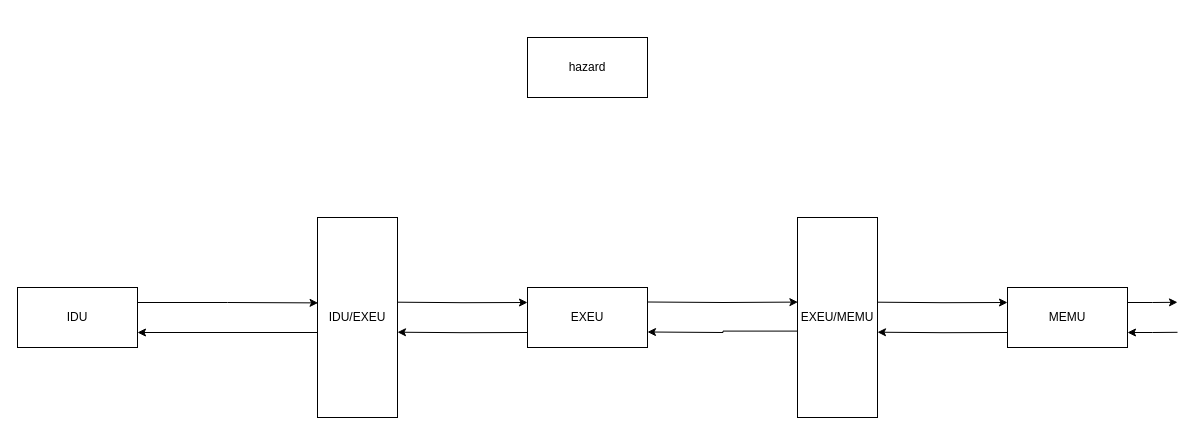
LQ0623/draw_io_picture keeps this draw.io diagram as store_picture/流水线冒险检测.drawio. Above is the earlier version. Source tidied: cells renumbered, new cells numbered last; positions are measured from the earlier drawing's top-left corner, leaving out a move shared by most shapes. Both pictures are drawn from the tidied source at 100%, with x=0, y=0 at pixel (17, 37).
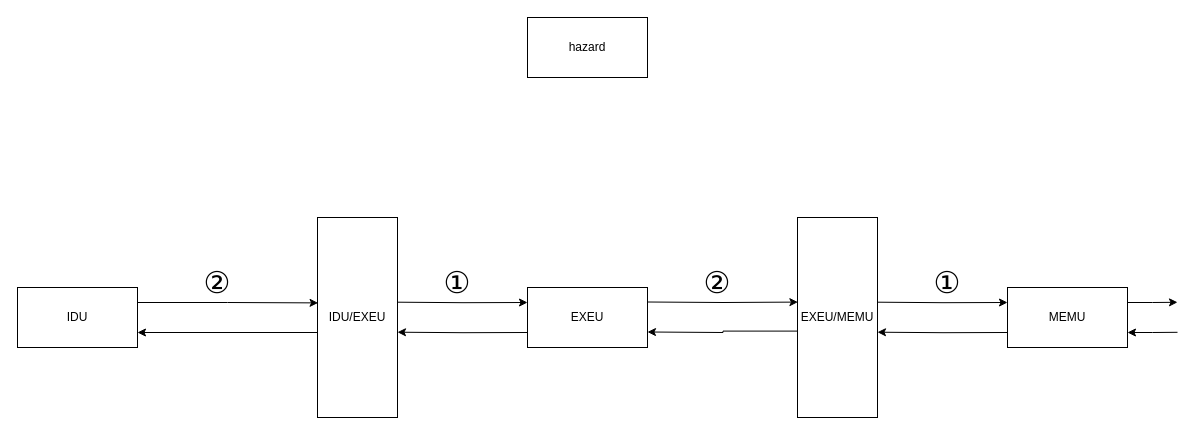
The same page after the edit.

Commit message:
更新流水线冒险检测.drawio

The change refers to these unchanged cells:
```xml
<mxCell id="2" value="IDU" style="rounded=0;whiteSpace=wrap;html=1;" parent="1" vertex="1">
  <mxGeometry y="250" width="120" height="60" as="geometry" />
</mxCell>
<mxCell id="3" value="EXEU" style="rounded=0;whiteSpace=wrap;html=1;" parent="1" vertex="1">
  <mxGeometry x="510" y="250" width="120" height="60" as="geometry" />
</mxCell>
<mxCell id="6" value="MEMU" style="rounded=0;whiteSpace=wrap;html=1;" parent="1" vertex="1">
  <mxGeometry x="990" y="250" width="120" height="60" as="geometry" />
</mxCell>
<mxCell id="8" value="IDU/EXEU" style="rounded=0;whiteSpace=wrap;html=1;" parent="1" vertex="1">
  <mxGeometry x="300" y="180" width="80" height="200" as="geometry" />
</mxCell>
<mxCell id="9" value="EXEU/MEMU" style="rounded=0;whiteSpace=wrap;html=1;" parent="1" vertex="1">
  <mxGeometry x="780" y="180" width="80" height="200" as="geometry" />
</mxCell>
```

Diff of the diagram source:
```diff
@@
-    <mxCell id="4" style="edgeStyle=orthogonalEdgeStyle;rounded=0;jettySize=auto;html=1;exitX=1;exitY=0.25;exitDx=0;exitDy=0;" parent="1" edge="1" source="6">
+    <mxCell id="4" style="edgeStyle=orthogonalEdgeStyle;rounded=0;jettySize=auto;html=1;exitX=1;exitY=0.25;exitDx=0;exitDy=0;fontSize=30;" parent="1" edge="1" source="6">
       <mxGeometry relative="1" as="geometry">
         <mxPoint x="1160" y="264.8" as="targetPoint" />
       </mxGeometry>
     </mxCell>
@@
     <mxCell id="7" value="hazard" style="rounded=0;whiteSpace=wrap;html=1;" parent="1" vertex="1">
-      <mxGeometry x="510" width="120" height="60" as="geometry" />
+      <mxGeometry x="510" y="-20" width="120" height="60" as="geometry" />
     </mxCell>
@@
-    <mxCell id="10" style="edgeStyle=orthogonalEdgeStyle;rounded=0;jettySize=auto;html=1;exitX=1;exitY=0.25;exitDx=0;exitDy=0;entryX=0.007;entryY=0.427;entryDx=0;entryDy=0;entryPerimeter=0;" parent="1" edge="1" source="2" target="8">
+    <mxCell id="10" style="edgeStyle=orthogonalEdgeStyle;rounded=0;jettySize=auto;html=1;exitX=1;exitY=0.25;exitDx=0;exitDy=0;entryX=0.007;entryY=0.427;entryDx=0;entryDy=0;entryPerimeter=0;fontSize=30;" parent="1" edge="1" source="2" target="8">
       <mxGeometry relative="1" as="geometry" />
     </mxCell>
@@
-    <mxCell id="12" style="edgeStyle=orthogonalEdgeStyle;rounded=0;jettySize=auto;html=1;exitX=1;exitY=0.25;exitDx=0;exitDy=0;entryX=0;entryY=0.25;entryDx=0;entryDy=0;" parent="1" edge="1" target="3">
+    <mxCell id="12" style="edgeStyle=orthogonalEdgeStyle;rounded=0;jettySize=auto;html=1;exitX=1;exitY=0.25;exitDx=0;exitDy=0;entryX=0;entryY=0.25;entryDx=0;entryDy=0;fontSize=30;" parent="1" edge="1" target="3">
       <mxGeometry relative="1" as="geometry">
         <mxPoint x="380" y="264.7" as="sourcePoint" />
       </mxGeometry>
     </mxCell>
@@
-    <mxCell id="14" style="edgeStyle=orthogonalEdgeStyle;rounded=0;jettySize=auto;html=1;exitX=1;exitY=0.25;exitDx=0;exitDy=0;entryX=0.005;entryY=0.423;entryDx=0;entryDy=0;entryPerimeter=0;" parent="1" edge="1" target="9">
+    <mxCell id="14" style="edgeStyle=orthogonalEdgeStyle;rounded=0;jettySize=auto;html=1;exitX=1;exitY=0.25;exitDx=0;exitDy=0;entryX=0.005;entryY=0.423;entryDx=0;entryDy=0;entryPerimeter=0;fontSize=30;" parent="1" edge="1" target="9">
       <mxGeometry relative="1" as="geometry">
         <mxPoint x="630" y="264.5" as="sourcePoint" />
       </mxGeometry>
     </mxCell>
@@
-    <mxCell id="16" style="edgeStyle=orthogonalEdgeStyle;rounded=0;jettySize=auto;html=1;exitX=1;exitY=0.25;exitDx=0;exitDy=0;entryX=0;entryY=0.25;entryDx=0;entryDy=0;" parent="1" edge="1" target="6">
+    <mxCell id="16" style="edgeStyle=orthogonalEdgeStyle;rounded=0;jettySize=auto;html=1;exitX=1;exitY=0.25;exitDx=0;exitDy=0;entryX=0;entryY=0.25;entryDx=0;entryDy=0;fontSize=30;" parent="1" edge="1" target="6">
       <mxGeometry relative="1" as="geometry">
         <mxPoint x="860" y="264.7" as="sourcePoint" />
       </mxGeometry>
     </mxCell>
@@
+    <mxCell id="18" value="①" style="text;html=1;whiteSpace=wrap;strokeColor=none;fillColor=none;align=center;verticalAlign=middle;rounded=0;fontSize=30;" parent="1" vertex="1">
+      <mxGeometry x="410" y="230" width="60" height="30" as="geometry" />
+    </mxCell>
+    <mxCell id="19" value="①" style="text;html=1;whiteSpace=wrap;strokeColor=none;fillColor=none;align=center;verticalAlign=middle;rounded=0;fontSize=30;" parent="1" vertex="1">
+      <mxGeometry x="900" y="230" width="60" height="30" as="geometry" />
+    </mxCell>
+    <mxCell id="20" value="②" style="text;html=1;whiteSpace=wrap;strokeColor=none;fillColor=none;align=center;verticalAlign=middle;rounded=0;fontSize=30;" parent="1" vertex="1">
+      <mxGeometry x="170" y="230" width="60" height="30" as="geometry" />
+    </mxCell>
+    <mxCell id="21" value="②" style="text;html=1;whiteSpace=wrap;strokeColor=none;fillColor=none;align=center;verticalAlign=middle;rounded=0;fontSize=30;" parent="1" vertex="1">
+      <mxGeometry x="670" y="230" width="60" height="30" as="geometry" />
+    </mxCell>
```
